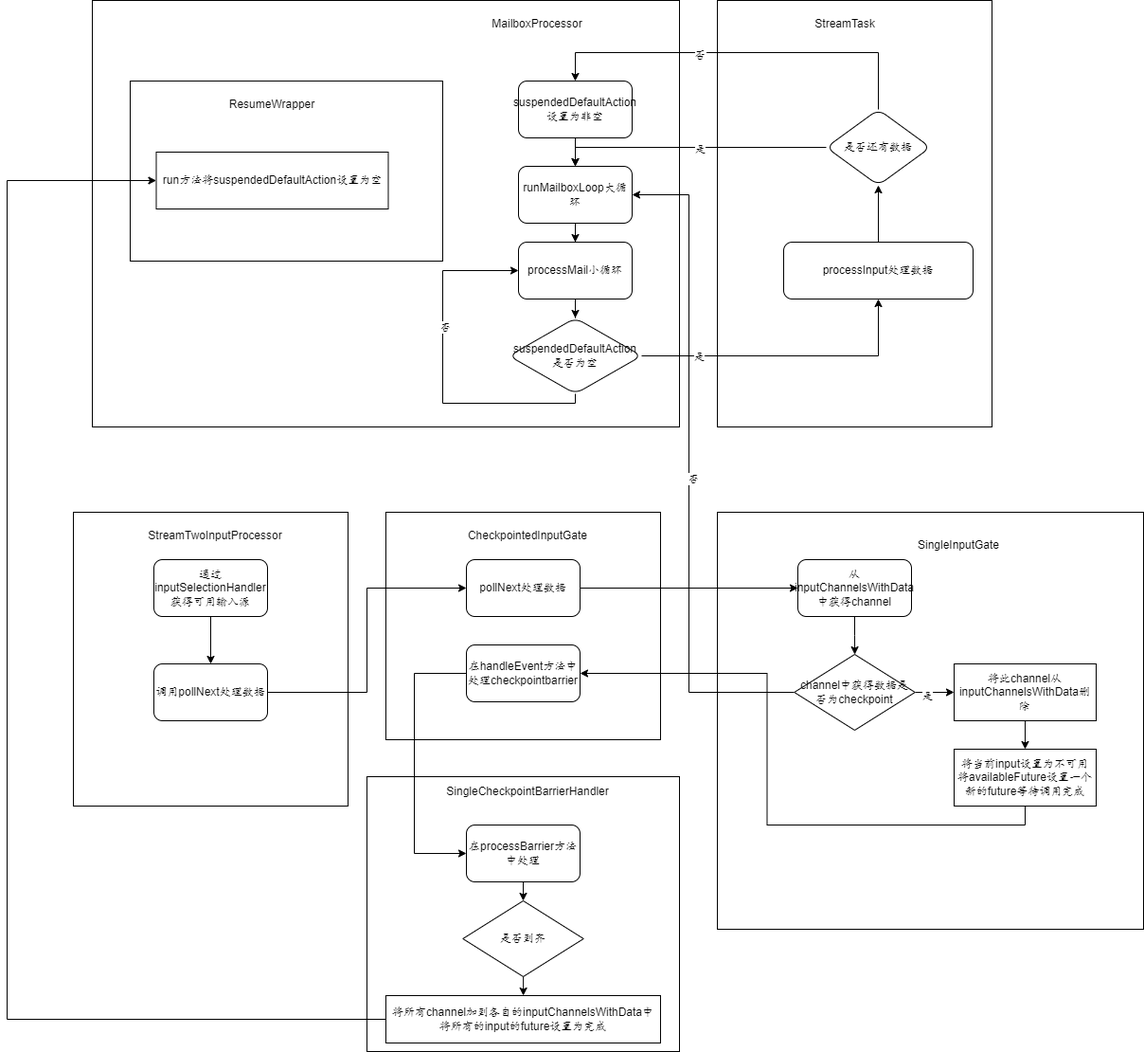
Earlier version of the draw.io export checkpoint在非源节点的处理逻辑.drawio.png (BaoPiao/blog). Source tidied: cells renumbered, new cells last; positions are measured from the earlier drawing's top-left corner, leaving out a move shared by most shapes.
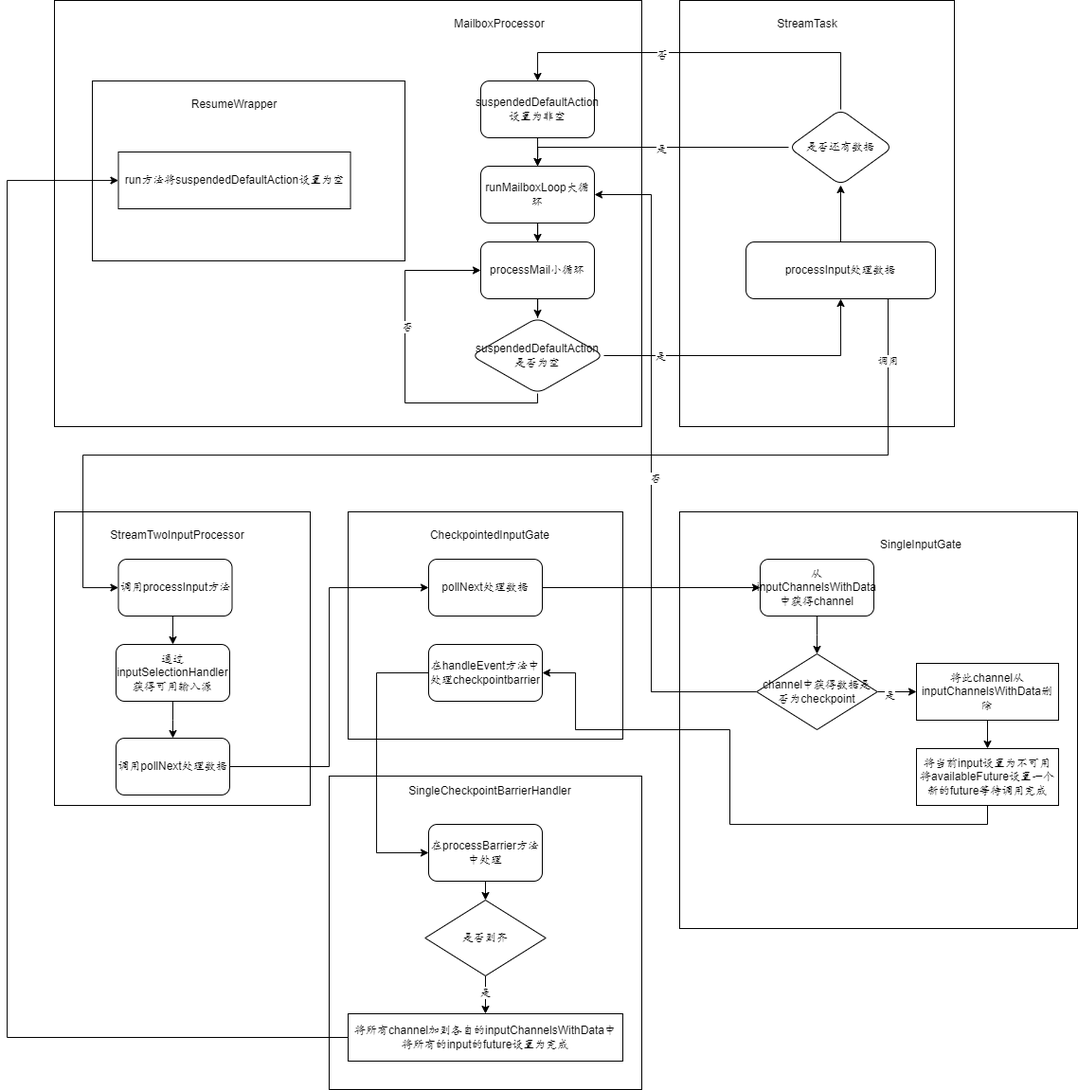
The same file after the commit.

Commit message:
Added checkpoint在非源节点的处理逻辑.drawio.png

What changed in the source:
```diff
@@ -2,6 +2,9 @@
   <root>
     <mxCell id="0" />
     <mxCell id="1" parent="0" />
+    <mxCell id="27" style="rounded=0;whiteSpace=wrap;html=1;" parent="1" vertex="1">
+      <mxGeometry x="90" y="540" width="270" height="310" as="geometry" />
+    </mxCell>
     <mxCell id="2" style="rounded=0;whiteSpace=wrap;html=1;" parent="1" vertex="1">
       <mxGeometry x="90" width="620" height="450" as="geometry" />
     </mxCell>
@@ -9,7 +12,7 @@
       <mxGeometry x="130" y="85" width="330" height="190" as="geometry" />
     </mxCell>
     <mxCell id="4" style="rounded=0;whiteSpace=wrap;html=1;" parent="1" vertex="1">
-      <mxGeometry x="380" y="819" width="330" height="290" as="geometry" />
+      <mxGeometry x="380" y="819" width="330" height="331" as="geometry" />
     </mxCell>
     <mxCell id="5" style="rounded=0;whiteSpace=wrap;html=1;" parent="1" vertex="1">
       <mxGeometry x="400" y="540" width="290" height="240" as="geometry" />
@@ -32,6 +35,20 @@
     <mxCell id="11" style="edgeStyle=orthogonalEdgeStyle;rounded=0;jettySize=auto;html=1;" parent="1" edge="1" source="12" target="22">
       <mxGeometry relative="1" as="geometry" />
     </mxCell>
+    <mxCell id="60" style="edgeStyle=orthogonalEdgeStyle;rounded=0;jettySize=auto;html=1;exitX=0.75;exitY=1;exitDx=0;exitDy=0;" parent="1" edge="1" source="12" target="64">
+      <mxGeometry relative="1" as="geometry">
+        <Array as="points">
+          <mxPoint x="970" y="480" />
+          <mxPoint x="120" y="480" />
+          <mxPoint x="120" y="620" />
+        </Array>
+      </mxGeometry>
+    </mxCell>
+    <mxCell id="61" value="调用" style="edgeLabel;html=1;align=center;verticalAlign=middle;" parent="60" vertex="1">
+      <mxGeometry x="-0.19" y="1" relative="1" as="geometry">
+        <mxPoint x="317" y="-101" as="offset" />
+      </mxGeometry>
+    </mxCell>
     <mxCell id="12" value="processInput处理数据" style="rounded=1;whiteSpace=wrap;html=1;" parent="1" vertex="1">
       <mxGeometry x="820" y="255" width="200" height="60" as="geometry" />
     </mxCell>
@@ -92,20 +109,17 @@
     <mxCell id="26" value="StreamTask" style="text;html=1;strokeColor=none;fillColor=none;align=center;verticalAlign=middle;whiteSpace=wrap;rounded=0;" parent="1" vertex="1">
       <mxGeometry x="855" y="10" width="60" height="30" as="geometry" />
     </mxCell>
-    <mxCell id="27" style="rounded=0;whiteSpace=wrap;html=1;" parent="1" vertex="1">
-      <mxGeometry x="70" y="540" width="290" height="310" as="geometry" />
-    </mxCell>
     <mxCell id="28" style="edgeStyle=orthogonalEdgeStyle;rounded=0;jettySize=auto;html=1;exitX=0.5;exitY=1;exitDx=0;exitDy=0;" parent="1" edge="1" source="29" target="48">
       <mxGeometry relative="1" as="geometry" />
     </mxCell>
     <mxCell id="29" value="通过inputSelectionHandler获得可用输入源" style="rounded=1;whiteSpace=wrap;html=1;" parent="1" vertex="1">
-      <mxGeometry x="155" y="590" width="120" height="60" as="geometry" />
+      <mxGeometry x="155" y="680" width="120" height="60" as="geometry" />
     </mxCell>
     <mxCell id="30" value="StreamTwoInputProcessor" style="text;html=1;strokeColor=none;fillColor=#FFFFFF;align=center;verticalAlign=middle;whiteSpace=wrap;rounded=0;" parent="1" vertex="1">
       <mxGeometry x="190" y="550" width="60" height="30" as="geometry" />
     </mxCell>
     <mxCell id="31" style="rounded=0;whiteSpace=wrap;html=1;" parent="1" vertex="1">
-      <mxGeometry x="750" y="540" width="450" height="440" as="geometry" />
+      <mxGeometry x="750" y="540" width="420" height="440" as="geometry" />
     </mxCell>
     <mxCell id="32" style="edgeStyle=orthogonalEdgeStyle;rounded=0;jettySize=auto;html=1;exitX=0.5;exitY=1;exitDx=0;exitDy=0;" parent="1" edge="1" source="33" target="39">
       <mxGeometry relative="1" as="geometry" />
@@ -143,7 +157,15 @@
       <mxGeometry x="1000" y="700" width="150" height="60" as="geometry" />
     </mxCell>
     <mxCell id="42" style="edgeStyle=orthogonalEdgeStyle;rounded=0;jettySize=auto;html=1;exitX=0.5;exitY=1;exitDx=0;exitDy=0;entryX=1;entryY=0.5;entryDx=0;entryDy=0;" parent="1" edge="1" source="43" target="50">
-      <mxGeometry relative="1" as="geometry" />
+      <mxGeometry relative="1" as="geometry">
+        <Array as="points">
+          <mxPoint x="1075" y="870" />
+          <mxPoint x="803" y="870" />
+          <mxPoint x="803" y="770" />
+          <mxPoint x="640" y="770" />
+          <mxPoint x="640" y="710" />
+        </Array>
+      </mxGeometry>
     </mxCell>
     <mxCell id="43" value="将当前input设置为不可用&lt;br&gt;将availableFuture设置一个新的future等待调用完成" style="whiteSpace=wrap;html=1;" parent="1" vertex="1">
       <mxGeometry x="1000" y="790" width="150" height="60" as="geometry" />
@@ -161,7 +183,7 @@
       <mxGeometry relative="1" as="geometry" />
     </mxCell>
     <mxCell id="48" value="调用pollNext&lt;span style=&quot;background-color: initial;&quot;&gt;处理数据&lt;/span&gt;" style="rounded=1;whiteSpace=wrap;html=1;" parent="1" vertex="1">
-      <mxGeometry x="155" y="700" width="120" height="60" as="geometry" />
+      <mxGeometry x="155" y="779" width="120" height="60" as="geometry" />
     </mxCell>
     <mxCell id="49" style="edgeStyle=orthogonalEdgeStyle;rounded=0;jettySize=auto;html=1;exitX=0;exitY=0.5;exitDx=0;exitDy=0;entryX=0;entryY=0.5;entryDx=0;entryDy=0;" parent="1" edge="1" source="50" target="52">
       <mxGeometry relative="1" as="geometry">
@@ -186,19 +208,22 @@
     <mxCell id="54" style="edgeStyle=orthogonalEdgeStyle;rounded=0;jettySize=auto;html=1;" parent="1" edge="1" source="55" target="57">
       <mxGeometry relative="1" as="geometry" />
     </mxCell>
+    <mxCell id="62" value="是" style="edgeLabel;html=1;align=center;verticalAlign=middle;" parent="54" vertex="1">
+      <mxGeometry x="-0.13" y="-1" relative="1" as="geometry" />
+    </mxCell>
     <mxCell id="55" value="是否到齐" style="rhombus;whiteSpace=wrap;html=1;" parent="1" vertex="1">
       <mxGeometry x="481.2" y="950" width="127.5" height="80" as="geometry" />
     </mxCell>
     <mxCell id="56" style="edgeStyle=orthogonalEdgeStyle;rounded=0;jettySize=auto;html=1;exitX=0;exitY=0.5;exitDx=0;exitDy=0;" parent="1" edge="1" source="57" target="58">
       <mxGeometry relative="1" as="geometry">
         <Array as="points">
-          <mxPoint y="1075" />
-          <mxPoint y="190" />
+          <mxPoint x="40" y="1095" />
+          <mxPoint x="40" y="190" />
         </Array>
       </mxGeometry>
     </mxCell>
     <mxCell id="57" value="将所有channel加到各自的inputChannelsWithData中&lt;br&gt;将所有的input的future设置为完成" style="whiteSpace=wrap;html=1;" parent="1" vertex="1">
-      <mxGeometry x="400" y="1050" width="290" height="50" as="geometry" />
+      <mxGeometry x="400" y="1070" width="290" height="50" as="geometry" />
     </mxCell>
     <mxCell id="58" value="run方法将suspendedDefaultAction设置为空" style="rounded=0;whiteSpace=wrap;html=1;" parent="1" vertex="1">
       <mxGeometry x="157.5" y="160" width="245" height="60" as="geometry" />
@@ -206,5 +231,11 @@
     <mxCell id="59" value="ResumeWrapper" style="text;html=1;strokeColor=none;fillColor=#FFFFFF;align=center;verticalAlign=middle;whiteSpace=wrap;rounded=0;" parent="1" vertex="1">
       <mxGeometry x="250" y="95" width="60" height="30" as="geometry" />
     </mxCell>
+    <mxCell id="63" style="edgeStyle=orthogonalEdgeStyle;rounded=0;jettySize=auto;html=1;exitX=0.5;exitY=1;exitDx=0;exitDy=0;entryX=0.5;entryY=0;entryDx=0;entryDy=0;" parent="1" edge="1" source="64" target="29">
+      <mxGeometry relative="1" as="geometry" />
+    </mxCell>
+    <mxCell id="64" value="调用processInput方法" style="rounded=1;whiteSpace=wrap;html=1;" parent="1" vertex="1">
+      <mxGeometry x="157.5" y="590" width="120" height="60" as="geometry" />
+    </mxCell>
   </root>
 </mxGraphModel>
```
